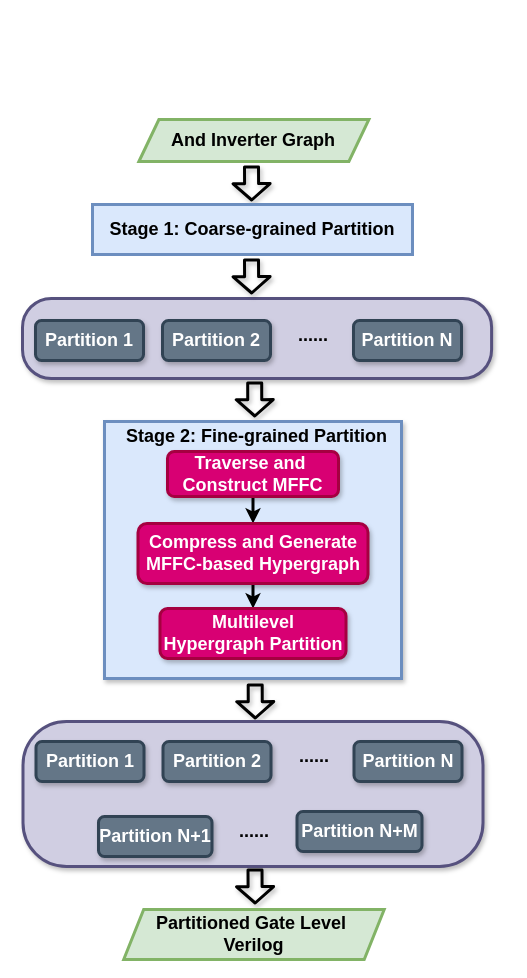
Above: PartitionFlow.drawio in kxzhu0505/LogicSynOpt (draw.io), before the change. Source tidied: cells renumbered, new cells numbered last; positions are measured from the earlier drawing's top-left corner, leaving out a move shared by most shapes. Both pictures are drawn from the tidied source at 100%, with x=0, y=0 at pixel (22, 119).
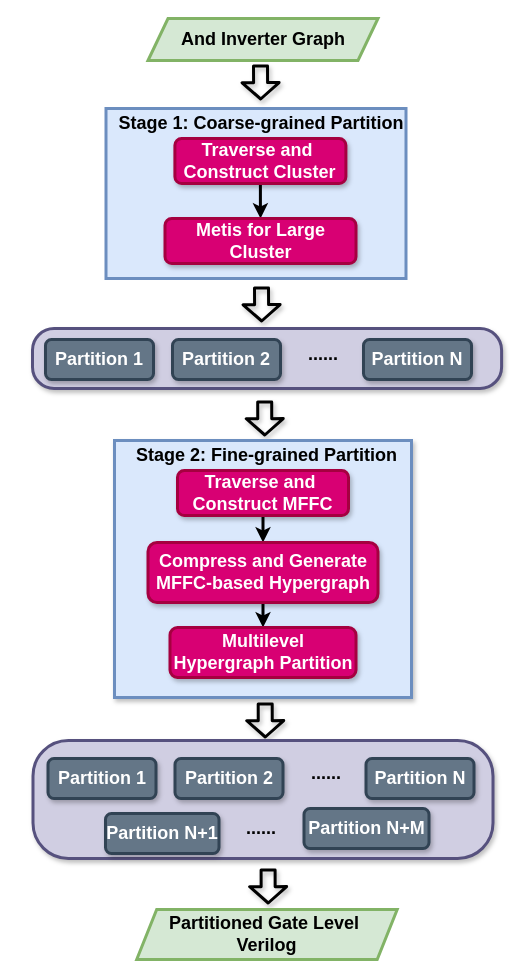
After the change.

Change to the diagram source:
```diff
@@
     <mxCell id="3" style="shape=flexArrow;endArrow=classic;html=1;rounded=1;strokeWidth=3;width=12;endSize=4.445714285714286;shadow=1;fontSize=18;" parent="1" edge="1">
       <mxGeometry relative="1" as="geometry">
-        <mxPoint x="229" y="46" as="sourcePoint" />
-        <mxPoint x="229.2" y="82" as="targetPoint" />
+        <mxPoint x="238" y="-55" as="sourcePoint" />
+        <mxPoint x="238.2" y="-19" as="targetPoint" />
       </mxGeometry>
     </mxCell>
     <mxCell id="4" style="shape=flexArrow;endArrow=classic;html=1;rounded=1;strokeWidth=3;width=12;endSize=4.445714285714286;shadow=1;fontSize=18;" parent="1" edge="1">
       <mxGeometry relative="1" as="geometry">
-        <mxPoint x="232.2" y="262" as="sourcePoint" />
-        <mxPoint x="232.3" y="298" as="targetPoint" />
+        <mxPoint x="242.2" y="281" as="sourcePoint" />
+        <mxPoint x="242.3" y="317" as="targetPoint" />
       </mxGeometry>
     </mxCell>
     <mxCell id="5" style="shape=flexArrow;endArrow=classic;html=1;rounded=1;strokeWidth=3;width=12;endSize=4.445714285714286;shadow=1;fontSize=18;" parent="1" edge="1">
       <mxGeometry relative="1" as="geometry">
-        <mxPoint x="232.7" y="564" as="sourcePoint" />
-        <mxPoint x="232.8" y="600" as="targetPoint" />
+        <mxPoint x="242.7" y="583" as="sourcePoint" />
+        <mxPoint x="242.8" y="619" as="targetPoint" />
       </mxGeometry>
     </mxCell>
     <mxCell id="6" style="rounded=1;whiteSpace=wrap;html=1;shadow=1;strokeWidth=3;fillColor=#d0cee2;strokeColor=#56517e;fontSize=18;arcSize=36;" parent="1" vertex="1">
-      <mxGeometry y="179" width="469.1" height="80" as="geometry" />
+      <mxGeometry x="10" y="209" width="469.1" height="60" as="geometry" />
     </mxCell>
     <mxCell id="7" value="&lt;font face=&quot;Helvetica&quot; style=&quot;font-size: 18px;&quot;&gt;Partition 1&lt;/font&gt;" style="rounded=1;whiteSpace=wrap;html=1;fillColor=#647687;strokeColor=#314354;fontStyle=1;fontSize=18;strokeWidth=3;shadow=1;fontColor=#ffffff;" parent="1" vertex="1">
-      <mxGeometry x="13" y="201" width="108" height="40" as="geometry" />
+      <mxGeometry x="23" y="220" width="108" height="40" as="geometry" />
     </mxCell>
     <mxCell id="8" value="&lt;font face=&quot;Helvetica&quot; style=&quot;font-size: 18px;&quot;&gt;......&lt;/font&gt;" style="text;html=1;strokeColor=none;fillColor=none;align=center;verticalAlign=middle;whiteSpace=wrap;rounded=0;fontStyle=1;fontSize=18;strokeWidth=3;" parent="1" vertex="1">
-      <mxGeometry x="261" y="201" width="60" height="30" as="geometry" />
+      <mxGeometry x="271" y="220" width="60" height="30" as="geometry" />
     </mxCell>
     <mxCell id="9" value="&lt;font face=&quot;Helvetica&quot; style=&quot;font-size: 18px;&quot;&gt;Partition N&lt;/font&gt;" style="rounded=1;whiteSpace=wrap;html=1;fillColor=#647687;strokeColor=#314354;fontStyle=1;fontSize=18;strokeWidth=3;shadow=1;fontColor=#ffffff;" parent="1" vertex="1">
-      <mxGeometry x="331" y="201" width="108" height="40" as="geometry" />
+      <mxGeometry x="341" y="220" width="108" height="40" as="geometry" />
     </mxCell>
     <mxCell id="10" value="&lt;font face=&quot;Helvetica&quot; style=&quot;font-size: 18px;&quot;&gt;Partition 2&lt;/font&gt;" style="rounded=1;whiteSpace=wrap;html=1;fillColor=#647687;strokeColor=#314354;fontStyle=1;fontSize=18;strokeWidth=3;shadow=1;fontColor=#ffffff;" parent="1" vertex="1">
-      <mxGeometry x="140" y="201" width="108" height="40" as="geometry" />
+      <mxGeometry x="150" y="220" width="108" height="40" as="geometry" />
     </mxCell>
     <mxCell id="11" style="rounded=1;whiteSpace=wrap;html=1;shadow=1;strokeWidth=3;fillColor=#d0cee2;strokeColor=#56517e;fontSize=18;arcSize=30;" parent="1" vertex="1">
-      <mxGeometry x="0.5" y="602" width="460" height="145" as="geometry" />
+      <mxGeometry x="10.5" y="621" width="460" height="118" as="geometry" />
     </mxCell>
     <mxCell id="12" value="&lt;font face=&quot;Helvetica&quot; style=&quot;font-size: 18px;&quot;&gt;Partition 1&lt;/font&gt;" style="rounded=1;whiteSpace=wrap;html=1;fillColor=#647687;strokeColor=#314354;fontStyle=1;fontSize=18;strokeWidth=3;shadow=1;fontColor=#ffffff;" parent="1" vertex="1">
-      <mxGeometry x="13.5" y="622" width="108" height="40" as="geometry" />
+      <mxGeometry x="25.5" y="639" width="108" height="40" as="geometry" />
     </mxCell>
     <mxCell id="13" value="&lt;font face=&quot;Helvetica&quot; style=&quot;font-size: 18px;&quot;&gt;......&lt;/font&gt;" style="text;html=1;strokeColor=none;fillColor=none;align=center;verticalAlign=middle;whiteSpace=wrap;rounded=0;fontStyle=1;fontSize=18;strokeWidth=3;" parent="1" vertex="1">
-      <mxGeometry x="261.5" y="622" width="60" height="30" as="geometry" />
+      <mxGeometry x="273.5" y="639" width="60" height="30" as="geometry" />
     </mxCell>
     <mxCell id="14" value="&lt;font face=&quot;Helvetica&quot; style=&quot;font-size: 18px;&quot;&gt;Partition N&lt;/font&gt;" style="rounded=1;whiteSpace=wrap;html=1;fillColor=#647687;strokeColor=#314354;fontStyle=1;fontSize=18;strokeWidth=3;shadow=1;fontColor=#ffffff;" parent="1" vertex="1">
-      <mxGeometry x="331.5" y="622" width="108" height="40" as="geometry" />
+      <mxGeometry x="343.5" y="639" width="108" height="40" as="geometry" />
     </mxCell>
     <mxCell id="15" value="&lt;font face=&quot;Helvetica&quot; style=&quot;font-size: 18px;&quot;&gt;Partition 2&lt;/font&gt;" style="rounded=1;whiteSpace=wrap;html=1;fillColor=#647687;strokeColor=#314354;fontStyle=1;fontSize=18;strokeWidth=3;shadow=1;fontColor=#ffffff;" parent="1" vertex="1">
-      <mxGeometry x="140.5" y="622" width="108" height="40" as="geometry" />
+      <mxGeometry x="152.5" y="639" width="108" height="40" as="geometry" />
     </mxCell>
     <mxCell id="16" value="&lt;font face=&quot;Helvetica&quot; style=&quot;font-size: 18px;&quot;&gt;Partition N+1&lt;/font&gt;" style="rounded=1;whiteSpace=wrap;html=1;fillColor=#647687;strokeColor=#314354;fontStyle=1;fontSize=18;strokeWidth=3;shadow=1;fontColor=#ffffff;" parent="1" vertex="1">
-      <mxGeometry x="76" y="697" width="113.5" height="40" as="geometry" />
+      <mxGeometry x="83" y="694" width="113.5" height="40" as="geometry" />
     </mxCell>
     <mxCell id="17" value="&lt;font face=&quot;Helvetica&quot; style=&quot;font-size: 18px;&quot;&gt;Partition N+M&lt;/font&gt;" style="rounded=1;whiteSpace=wrap;html=1;fillColor=#647687;strokeColor=#314354;fontStyle=1;fontSize=18;strokeWidth=3;shadow=1;fontColor=#ffffff;" parent="1" vertex="1">
-      <mxGeometry x="274.5" y="692" width="125" height="40" as="geometry" />
+      <mxGeometry x="281.5" y="689" width="125" height="40" as="geometry" />
     </mxCell>
     <mxCell id="18" value="&lt;font face=&quot;Helvetica&quot; style=&quot;font-size: 18px;&quot;&gt;......&lt;/font&gt;" style="text;html=1;strokeColor=none;fillColor=none;align=center;verticalAlign=middle;whiteSpace=wrap;rounded=0;fontStyle=1;fontSize=18;strokeWidth=3;" parent="1" vertex="1">
-      <mxGeometry x="201.5" y="697" width="60" height="30" as="geometry" />
+      <mxGeometry x="208.5" y="694" width="60" height="30" as="geometry" />
     </mxCell>
     <mxCell id="19" style="shape=flexArrow;endArrow=classic;html=1;rounded=1;strokeWidth=3;width=12;endSize=4.445714285714286;shadow=1;fontSize=18;" parent="1" edge="1">
       <mxGeometry relative="1" as="geometry">
-        <mxPoint x="229" y="139" as="sourcePoint" />
-        <mxPoint x="229.2" y="175" as="targetPoint" />
+        <mxPoint x="239" y="167" as="sourcePoint" />
+        <mxPoint x="239.2" y="203" as="targetPoint" />
       </mxGeometry>
     </mxCell>
     <mxCell id="20" style="shape=flexArrow;endArrow=classic;html=1;rounded=1;strokeWidth=3;width=12;endSize=4.445714285714286;shadow=1;fontSize=18;" parent="1" edge="1">
       <mxGeometry relative="1" as="geometry">
-        <mxPoint x="232.5" y="749" as="sourcePoint" />
-        <mxPoint x="232.7" y="785" as="targetPoint" />
+        <mxPoint x="245.6" y="749" as="sourcePoint" />
+        <mxPoint x="245.7" y="785" as="targetPoint" />
       </mxGeometry>
     </mxCell>
     <mxCell id="21" style="rounded=0;whiteSpace=wrap;html=1;strokeWidth=3;shadow=1;fillColor=#dae8fc;strokeColor=#6c8ebf;" parent="1" vertex="1">
-      <mxGeometry x="82" y="302" width="297" height="257" as="geometry" />
+      <mxGeometry x="92" y="321" width="297" height="257" as="geometry" />
     </mxCell>
     <mxCell id="22" value="&lt;b style=&quot;font-size: 18px;&quot;&gt;Stage 2:&amp;nbsp;&lt;/b&gt;&lt;span style=&quot;font-size: 18px;&quot;&gt;&lt;b&gt;Fine-grained Partition&lt;/b&gt;&lt;/span&gt;" style="text;html=1;align=center;verticalAlign=middle;whiteSpace=wrap;rounded=0;" parent="1" vertex="1">
-      <mxGeometry x="97" y="302" width="275" height="30" as="geometry" />
+      <mxGeometry x="107" y="321" width="275" height="30" as="geometry" />
     </mxCell>
@@
     <mxCell id="24" value="&lt;b style=&quot;&quot;&gt;&lt;font style=&quot;font-size: 18px;&quot;&gt;Traverse and&amp;nbsp; Construct MFFC&lt;/font&gt;&lt;/b&gt;" style="rounded=1;whiteSpace=wrap;html=1;fillColor=#d80073;strokeColor=#A50040;strokeWidth=3;shadow=1;fontColor=#ffffff;" parent="1" vertex="1">
-      <mxGeometry x="145" y="332" width="171" height="45" as="geometry" />
+      <mxGeometry x="155" y="351" width="171" height="45" as="geometry" />
     </mxCell>
@@
     <mxCell id="26" value="&lt;b style=&quot;&quot;&gt;&lt;font style=&quot;font-size: 18px;&quot;&gt;Compress and Generate MFFC-based Hypergraph&lt;/font&gt;&lt;/b&gt;" style="rounded=1;whiteSpace=wrap;html=1;fillColor=#d80073;strokeColor=#A50040;strokeWidth=3;shadow=1;fontColor=#ffffff;" parent="1" vertex="1">
-      <mxGeometry x="115.5" y="404" width="230" height="60" as="geometry" />
+      <mxGeometry x="125.5" y="423" width="230" height="60" as="geometry" />
     </mxCell>
     <mxCell id="27" value="&lt;b style=&quot;&quot;&gt;&lt;font style=&quot;font-size: 18px;&quot;&gt;Multilevel Hypergraph Partition&lt;/font&gt;&lt;/b&gt;" style="rounded=1;whiteSpace=wrap;html=1;fillColor=#d80073;strokeColor=#A50040;strokeWidth=3;shadow=1;fontColor=#ffffff;" parent="1" vertex="1">
-      <mxGeometry x="137.5" y="489" width="186" height="50" as="geometry" />
+      <mxGeometry x="147.5" y="508" width="186" height="50" as="geometry" />
     </mxCell>
-    <mxCell id="28" value="&lt;b style=&quot;font-size: 18px;&quot;&gt;Stage 1: Coarse-grained Partition&lt;/b&gt;" style="rounded=0;whiteSpace=wrap;html=1;strokeWidth=3;fillColor=#dae8fc;strokeColor=#6c8ebf;" parent="1" vertex="1">
-      <mxGeometry x="70" y="85" width="320" height="50" as="geometry" />
+    <mxCell id="28" style="rounded=0;whiteSpace=wrap;html=1;strokeWidth=3;fillColor=#dae8fc;strokeColor=#6c8ebf;" parent="1" vertex="1">
+      <mxGeometry x="83.5" y="-11" width="300" height="170" as="geometry" />
     </mxCell>
     <mxCell id="29" value="&lt;span style=&quot;font-size: 18px; font-weight: 700;&quot;&gt;And Inverter Graph&lt;/span&gt;" style="shape=parallelogram;perimeter=parallelogramPerimeter;whiteSpace=wrap;html=1;fixedSize=1;fillColor=#d5e8d4;strokeColor=#82b366;strokeWidth=3;" parent="1" vertex="1">
-      <mxGeometry x="116.4" width="230" height="42" as="geometry" />
+      <mxGeometry x="125.5" y="-101" width="230" height="42" as="geometry" />
     </mxCell>
     <mxCell id="30" value="&lt;span style=&quot;font-size: 18px; font-weight: 700;&quot;&gt;Partitioned Gate Level&amp;nbsp;&lt;/span&gt;&lt;div&gt;&lt;span style=&quot;font-size: 18px; font-weight: 700;&quot;&gt;Verilog&lt;/span&gt;&lt;/div&gt;" style="shape=parallelogram;perimeter=parallelogramPerimeter;whiteSpace=wrap;html=1;fixedSize=1;fillColor=#d5e8d4;strokeColor=#82b366;strokeWidth=3;" parent="1" vertex="1">
-      <mxGeometry x="101.2" y="790" width="260.5" height="50" as="geometry" />
+      <mxGeometry x="114.2" y="790" width="260.5" height="50" as="geometry" />
     </mxCell>
+    <mxCell id="31" value="&lt;br&gt;&lt;b style=&quot;forced-color-adjust: none; color: rgb(0, 0, 0); font-family: Helvetica; font-style: normal; font-variant-ligatures: normal; font-variant-caps: normal; letter-spacing: normal; orphans: 2; text-align: center; text-indent: 0px; text-transform: none; widows: 2; word-spacing: 0px; -webkit-text-stroke-width: 0px; white-space: normal; text-decoration-thickness: initial; text-decoration-style: initial; text-decoration-color: initial; font-size: 18px;&quot;&gt;Stage 1: Coarse-grained Partition&lt;/b&gt;&lt;div&gt;&lt;br/&gt;&lt;/div&gt;" style="text;html=1;align=center;verticalAlign=middle;whiteSpace=wrap;rounded=0;fillColor=none;" parent="1" vertex="1">
+      <mxGeometry x="73.5" y="-11" width="330" height="30" as="geometry" />
+    </mxCell>
+    <mxCell id="32" style="edgeStyle=orthogonalEdgeStyle;rounded=0;jettySize=auto;html=1;entryX=0.5;entryY=0;entryDx=0;entryDy=0;strokeWidth=3;" parent="1" edge="1" source="33" target="34">
+      <mxGeometry relative="1" as="geometry" />
+    </mxCell>
+    <mxCell id="33" value="&lt;b style=&quot;&quot;&gt;&lt;font style=&quot;font-size: 18px;&quot;&gt;Traverse and&amp;nbsp; Construct Cluster&lt;/font&gt;&lt;/b&gt;" style="rounded=1;whiteSpace=wrap;html=1;fillColor=#d80073;strokeColor=#A50040;strokeWidth=3;shadow=1;fontColor=#ffffff;" parent="1" vertex="1">
+      <mxGeometry x="152.4" y="19" width="171" height="45" as="geometry" />
+    </mxCell>
+    <mxCell id="34" value="&lt;b style=&quot;&quot;&gt;&lt;font style=&quot;font-size: 18px;&quot;&gt;Metis for Large Cluster&lt;/font&gt;&lt;/b&gt;" style="rounded=1;whiteSpace=wrap;html=1;fillColor=#d80073;strokeColor=#A50040;strokeWidth=3;shadow=1;fontColor=#ffffff;" parent="1" vertex="1">
+      <mxGeometry x="142.5" y="99" width="191" height="45" as="geometry" />
+    </mxCell>
```
